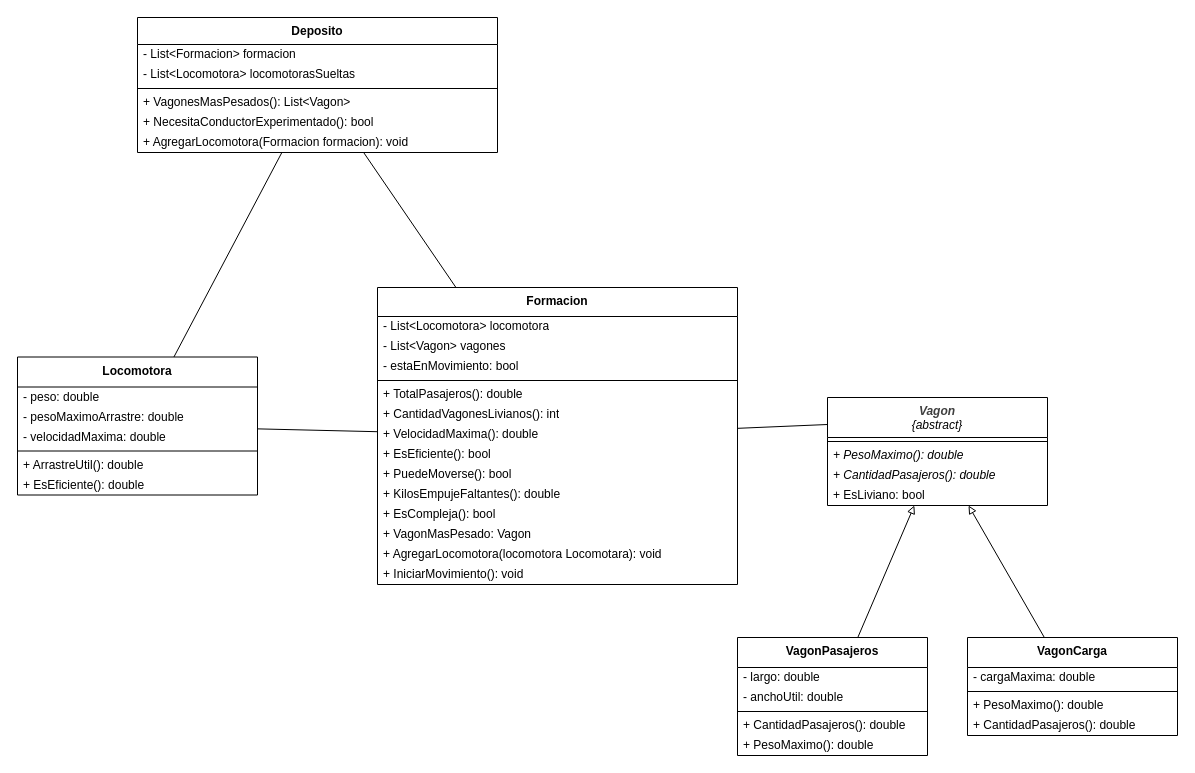
Earlier version of the draw.io diagram src/TrenesyDepositos/EJTrenesDepositosCS.dio (gastonjavierricchiardi/ejercicios-csharp-utn-2026). Source tidied: cells renumbered, new cells numbered last; positions are measured from the earlier drawing's top-left corner, leaving out a move shared by most shapes. Both pictures are drawn from the tidied source at 100%, with x=0, y=0 at pixel (17, 17).
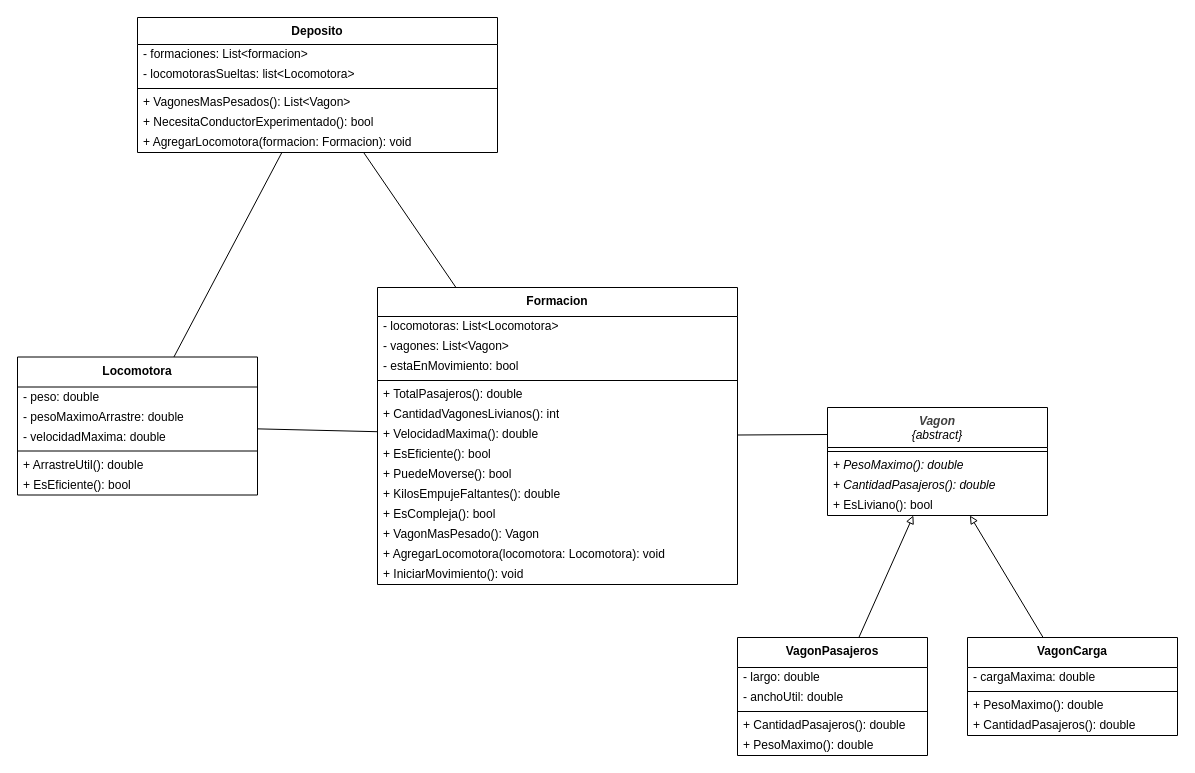
The same diagram, later.

Unchanged cells that the change refers to:
```xml
<mxCell id="2" value="&lt;b&gt;Deposito&lt;/b&gt;" style="swimlane;fontStyle=0;align=center;verticalAlign=top;horizontal=1;startSize=27;html=1;whiteSpace=wrap;" parent="1" vertex="1">
  <mxGeometry x="120" width="360" height="135" as="geometry" />
</mxCell>
<mxCell id="29" value="&lt;b&gt;Locomotora&lt;/b&gt;" style="swimlane;fontStyle=0;align=center;verticalAlign=top;horizontal=1;startSize=30;html=1;whiteSpace=wrap;" parent="1" vertex="1">
  <mxGeometry y="339.5" width="240" height="138" as="geometry" />
</mxCell>
<mxCell id="38" value="&lt;b&gt;Formacion&lt;/b&gt;" style="swimlane;fontStyle=0;align=center;verticalAlign=top;horizontal=1;startSize=29;html=1;whiteSpace=wrap;" parent="1" vertex="1">
  <mxGeometry x="360" y="270" width="360" height="297" as="geometry" />
</mxCell>
```

Diff of the diagram source:
```diff
@@
-    <mxCell id="3" value="- List&amp;lt;Formacion&amp;gt; formacion" style="text;html=1;strokeColor=none;fillColor=none;align=left;verticalAlign=middle;spacingLeft=4;spacingRight=4;overflow=hidden;whiteSpace=wrap;" parent="2" vertex="1">
+    <mxCell id="3" value="- formaciones: List&amp;lt;formacion&amp;gt;" style="text;html=1;strokeColor=none;fillColor=none;align=left;verticalAlign=middle;spacingLeft=4;spacingRight=4;overflow=hidden;whiteSpace=wrap;" parent="2" vertex="1">
       <mxGeometry y="27" width="360" height="20" as="geometry" />
     </mxCell>
-    <mxCell id="4" value="- List&amp;lt;Locomotora&amp;gt; locomotorasSueltas" style="text;html=1;strokeColor=none;fillColor=none;align=left;verticalAlign=middle;spacingLeft=4;spacingRight=4;overflow=hidden;whiteSpace=wrap;" parent="2" vertex="1">
+    <mxCell id="4" value="- locomotorasSueltas: list&amp;lt;Locomotora&amp;gt;" style="text;html=1;strokeColor=none;fillColor=none;align=left;verticalAlign=middle;spacingLeft=4;spacingRight=4;overflow=hidden;whiteSpace=wrap;" parent="2" vertex="1">
       <mxGeometry y="47" width="360" height="20" as="geometry" />
     </mxCell>
@@
-    <mxCell id="8" value="+ AgregarLocomotora(Formacion formacion): void" style="text;html=1;strokeColor=none;fillColor=none;align=left;verticalAlign=middle;spacingLeft=4;spacingRight=4;overflow=hidden;whiteSpace=wrap;" parent="2" vertex="1">
+    <mxCell id="8" value="+ AgregarLocomotora(formacion: Formacion): void" style="text;html=1;strokeColor=none;fillColor=none;align=left;verticalAlign=middle;spacingLeft=4;spacingRight=4;overflow=hidden;whiteSpace=wrap;" parent="2" vertex="1">
       <mxGeometry y="115" width="360" height="20" as="geometry" />
     </mxCell>
     <mxCell id="9" value="&lt;i&gt;&lt;b style=&quot;color: rgb(63, 63, 63); scrollbar-color: rgb(226, 226, 226) rgb(251, 251, 251);&quot;&gt;Vagon&lt;/b&gt;&lt;br style=&quot;color: rgb(63, 63, 63); scrollbar-color: rgb(226, 226, 226) rgb(251, 251, 251);&quot;&gt;&lt;span style=&quot;color: rgb(0, 0, 0);&quot;&gt;{abstract}&lt;/span&gt;&lt;/i&gt;" style="swimlane;fontStyle=0;align=center;verticalAlign=top;horizontal=1;startSize=40;html=1;whiteSpace=wrap;" parent="1" vertex="1">
-      <mxGeometry x="810" y="380" width="220" height="108" as="geometry" />
+      <mxGeometry x="810" y="390" width="220" height="108" as="geometry" />
     </mxCell>
@@
-    <mxCell id="13" value="+ EsLiviano: bool" style="text;html=1;strokeColor=none;fillColor=none;align=left;verticalAlign=middle;spacingLeft=4;spacingRight=4;overflow=hidden;whiteSpace=wrap;fontStyle=0;" parent="9" vertex="1">
+    <mxCell id="13" value="+ EsLiviano(): bool" style="text;html=1;strokeColor=none;fillColor=none;align=left;verticalAlign=middle;spacingLeft=4;spacingRight=4;overflow=hidden;whiteSpace=wrap;fontStyle=0;" parent="9" vertex="1">
       <mxGeometry y="88" width="220" height="20" as="geometry" />
     </mxCell>
@@
-    <mxCell id="35" value="+ EsEficiente(): double" style="text;html=1;strokeColor=none;fillColor=none;align=left;verticalAlign=middle;spacingLeft=4;spacingRight=4;overflow=hidden;whiteSpace=wrap;" parent="29" vertex="1">
+    <mxCell id="35" value="+ EsEficiente(): bool" style="text;html=1;strokeColor=none;fillColor=none;align=left;verticalAlign=middle;spacingLeft=4;spacingRight=4;overflow=hidden;whiteSpace=wrap;" parent="29" vertex="1">
       <mxGeometry y="118" width="240" height="20" as="geometry" />
     </mxCell>
@@
-    <mxCell id="39" value="- List&amp;lt;Locomotora&amp;gt; locomotora" style="text;html=1;strokeColor=none;fillColor=none;align=left;verticalAlign=middle;spacingLeft=4;spacingRight=4;overflow=hidden;whiteSpace=wrap;" parent="38" vertex="1">
+    <mxCell id="39" value="- locomotoras: List&amp;lt;Locomotora&amp;gt;" style="text;html=1;strokeColor=none;fillColor=none;align=left;verticalAlign=middle;spacingLeft=4;spacingRight=4;overflow=hidden;whiteSpace=wrap;" parent="38" vertex="1">
       <mxGeometry y="29" width="360" height="20" as="geometry" />
     </mxCell>
-    <mxCell id="40" value="- List&amp;lt;Vagon&amp;gt; vagones" style="text;html=1;strokeColor=none;fillColor=none;align=left;verticalAlign=middle;spacingLeft=4;spacingRight=4;overflow=hidden;whiteSpace=wrap;" parent="38" vertex="1">
+    <mxCell id="40" value="- vagones: List&amp;lt;Vagon&amp;gt;" style="text;html=1;strokeColor=none;fillColor=none;align=left;verticalAlign=middle;spacingLeft=4;spacingRight=4;overflow=hidden;whiteSpace=wrap;" parent="38" vertex="1">
       <mxGeometry y="49" width="360" height="20" as="geometry" />
     </mxCell>
@@
-    <mxCell id="50" value="+ VagonMasPesado: Vagon" style="text;html=1;strokeColor=none;fillColor=none;align=left;verticalAlign=middle;spacingLeft=4;spacingRight=4;overflow=hidden;whiteSpace=wrap;" parent="38" vertex="1">
+    <mxCell id="50" value="+ VagonMasPesado(): Vagon" style="text;html=1;strokeColor=none;fillColor=none;align=left;verticalAlign=middle;spacingLeft=4;spacingRight=4;overflow=hidden;whiteSpace=wrap;" parent="38" vertex="1">
       <mxGeometry y="237" width="360" height="20" as="geometry" />
     </mxCell>
-    <mxCell id="51" value="+ AgregarLocomotora(locomotora Locomotara): void" style="text;html=1;strokeColor=none;fillColor=none;align=left;verticalAlign=middle;spacingLeft=4;spacingRight=4;overflow=hidden;whiteSpace=wrap;" parent="38" vertex="1">
+    <mxCell id="51" value="+ AgregarLocomotora(locomotora: Locomotora): void" style="text;html=1;strokeColor=none;fillColor=none;align=left;verticalAlign=middle;spacingLeft=4;spacingRight=4;overflow=hidden;whiteSpace=wrap;" parent="38" vertex="1">
       <mxGeometry y="257" width="360" height="20" as="geometry" />
     </mxCell>
```
